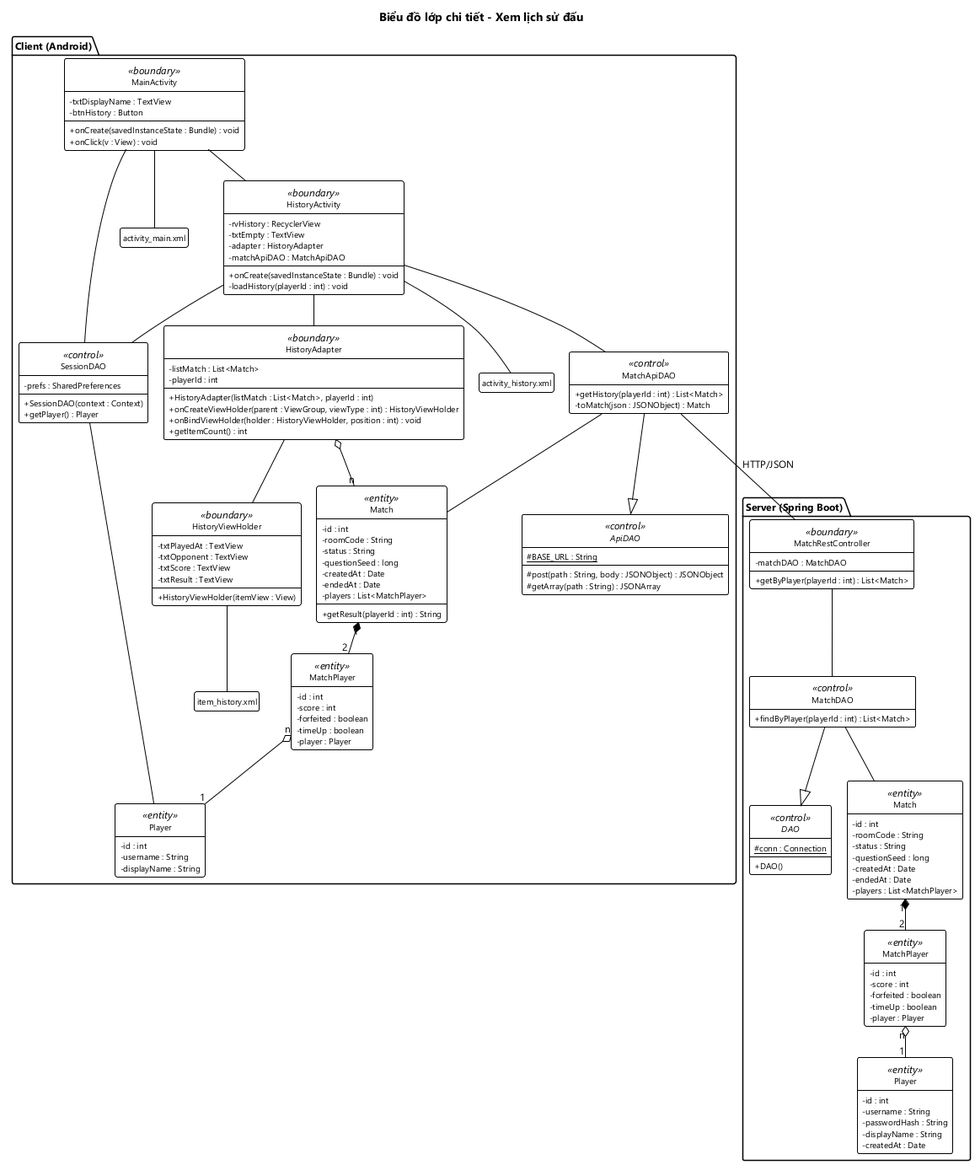
This is docs/hung/lop-thiet-ke-uc04.png from HungNguyenBa1811/math-dash, a PlantUML export, as it was before one commit. Its diagram source:
```plantuml
@startuml lop-thiet-ke-uc06
!include _theme.iuml
title Biểu đồ lớp chi tiết - Xem lịch sử đấu

package "Client (Android)" {
  class MainActivity <<boundary>> {
    - txtDisplayName : TextView
    - btnHistory : Button
    + onCreate(savedInstanceState : Bundle) : void
    + onClick(v : View) : void
  }
  class HistoryActivity <<boundary>> {
    - rvHistory : RecyclerView
    - txtEmpty : TextView
    - adapter : HistoryAdapter
    - matchApiDAO : MatchApiDAO
    + onCreate(savedInstanceState : Bundle) : void
    - loadHistory(playerId : int) : void
  }
  class HistoryAdapter <<boundary>> {
    - listMatch : List<Match>
    - playerId : int
    + HistoryAdapter(listMatch : List<Match>, playerId : int)
    + onCreateViewHolder(parent : ViewGroup, viewType : int) : HistoryViewHolder
    + onBindViewHolder(holder : HistoryViewHolder, position : int) : void
    + getItemCount() : int
  }
  class HistoryViewHolder <<boundary>> {
    - txtPlayedAt : TextView
    - txtOpponent : TextView
    - txtScore : TextView
    - txtResult : TextView
    + HistoryViewHolder(itemView : View)
  }
  class "activity_main.xml" as xmlMain
  class "activity_history.xml" as xmlHistory
  class "item_history.xml" as xmlItemHistory
  class SessionDAO <<control>> {
    - prefs : SharedPreferences
    + SessionDAO(context : Context)
    + getPlayer() : Player
  }
  abstract class ApiDAO <<control>> {
    # {static} BASE_URL : String
    # post(path : String, body : JSONObject) : JSONObject
    # getArray(path : String) : JSONArray
  }
  class MatchApiDAO <<control>> {
    + getHistory(playerId : int) : List<Match>
    - toMatch(json : JSONObject) : Match
  }
  class Player <<entity>> {
    - id : int
    - username : String
    - displayName : String
  }
  class Match <<entity>> {
    - id : int
    - roomCode : String
    - status : String
    - questionSeed : long
    - createdAt : Date
    - endedAt : Date
    - players : List<MatchPlayer>
    + getResult(playerId : int) : String
  }
  class MatchPlayer <<entity>> {
    - id : int
    - score : int
    - forfeited : boolean
    - timeUp : boolean
    - player : Player
  }
}

package "Server (Spring Boot)" {
  class MatchRestController <<boundary>> {
    - matchDAO : MatchDAO
    + getByPlayer(playerId : int) : List<Match>
  }
  abstract class "DAO" as SDAO <<control>> {
    # {static} conn : Connection
    + DAO()
  }
  class MatchDAO <<control>> {
    + findByPlayer(playerId : int) : List<Match>
  }
  class "Match" as SMatch <<entity>> {
    - id : int
    - roomCode : String
    - status : String
    - questionSeed : long
    - createdAt : Date
    - endedAt : Date
    - players : List<MatchPlayer>
  }
  class "MatchPlayer" as SMatchPlayer <<entity>> {
    - id : int
    - score : int
    - forfeited : boolean
    - timeUp : boolean
    - player : Player
  }
  class "Player" as SPlayer <<entity>> {
    - id : int
    - username : String
    - passwordHash : String
    - displayName : String
    - createdAt : Date
  }
}

MainActivity -- HistoryActivity
MainActivity -- xmlMain
HistoryActivity -- xmlHistory
MainActivity -- SessionDAO
HistoryActivity -- SessionDAO
HistoryActivity -- MatchApiDAO
HistoryActivity -- HistoryAdapter
HistoryAdapter -- HistoryViewHolder
HistoryViewHolder -- xmlItemHistory
HistoryAdapter o-- "n" Match
MatchApiDAO --|> ApiDAO
MatchApiDAO -- Match
SessionDAO -- Player
Match "1" *-- "2" MatchPlayer
MatchPlayer "n" o-- "1" Player

MatchRestController -- MatchDAO
MatchDAO --|> SDAO
MatchDAO -- SMatch
SMatch "1" *-- "2" SMatchPlayer
SMatchPlayer "n" o-- "1" SPlayer

MatchApiDAO -- MatchRestController : HTTP/JSON
@enduml
```
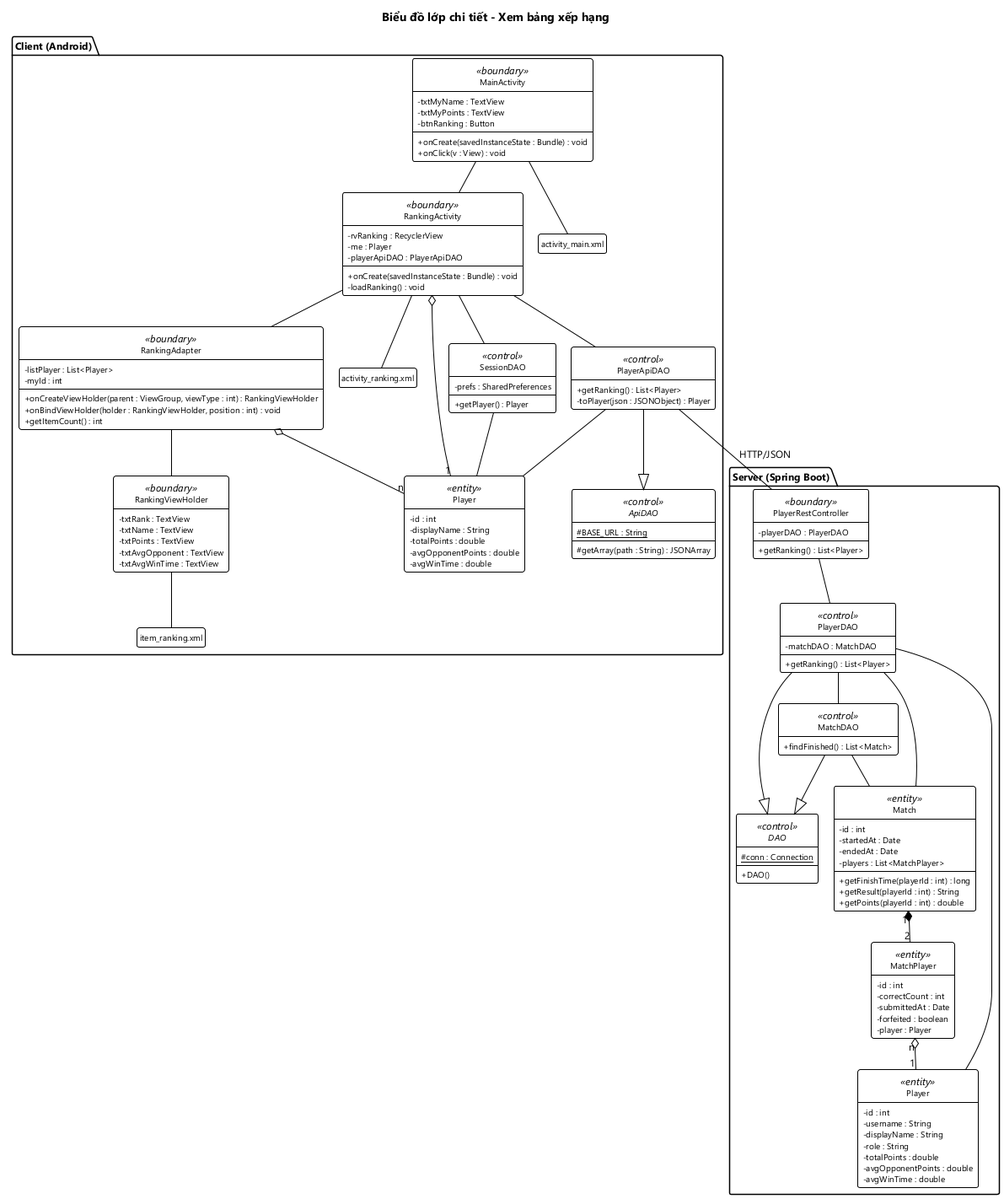
After the commit.

What changed in the source:
```diff
@@ -1,136 +1,126 @@
-@startuml lop-thiet-ke-uc06
+@startuml lop-thiet-ke-uc04
 !include _theme.iuml
-title Biểu đồ lớp chi tiết - Xem lịch sử đấu
+title Biểu đồ lớp chi tiết - Xem bảng xếp hạng
 
 package "Client (Android)" {
   class MainActivity <<boundary>> {
-    - txtDisplayName : TextView
-    - btnHistory : Button
+    - txtMyName : TextView
+    - txtMyPoints : TextView
+    - btnRanking : Button
     + onCreate(savedInstanceState : Bundle) : void
     + onClick(v : View) : void
   }
-  class HistoryActivity <<boundary>> {
-    - rvHistory : RecyclerView
-    - txtEmpty : TextView
-    - adapter : HistoryAdapter
-    - matchApiDAO : MatchApiDAO
+  class RankingActivity <<boundary>> {
+    - rvRanking : RecyclerView
+    - me : Player
+    - playerApiDAO : PlayerApiDAO
     + onCreate(savedInstanceState : Bundle) : void
-    - loadHistory(playerId : int) : void
+    - loadRanking() : void
   }
-  class HistoryAdapter <<boundary>> {
-    - listMatch : List<Match>
-    - playerId : int
-    + HistoryAdapter(listMatch : List<Match>, playerId : int)
-    + onCreateViewHolder(parent : ViewGroup, viewType : int) : HistoryViewHolder
-    + onBindViewHolder(holder : HistoryViewHolder, position : int) : void
+  class RankingAdapter <<boundary>> {
+    - listPlayer : List<Player>
+    - myId : int
+    + onCreateViewHolder(parent : ViewGroup, viewType : int) : RankingViewHolder
+    + onBindViewHolder(holder : RankingViewHolder, position : int) : void
     + getItemCount() : int
   }
-  class HistoryViewHolder <<boundary>> {
-    - txtPlayedAt : TextView
-    - txtOpponent : TextView
-    - txtScore : TextView
-    - txtResult : TextView
-    + HistoryViewHolder(itemView : View)
+  class RankingViewHolder <<boundary>> {
+    - txtRank : TextView
+    - txtName : TextView
+    - txtPoints : TextView
+    - txtAvgOpponent : TextView
+    - txtAvgWinTime : TextView
   }
   class "activity_main.xml" as xmlMain
-  class "activity_history.xml" as xmlHistory
-  class "item_history.xml" as xmlItemHistory
+  class "activity_ranking.xml" as xmlRanking
+  class "item_ranking.xml" as xmlItemRanking
   class SessionDAO <<control>> {
     - prefs : SharedPreferences
-    + SessionDAO(context : Context)
     + getPlayer() : Player
   }
   abstract class ApiDAO <<control>> {
     # {static} BASE_URL : String
-    # post(path : String, body : JSONObject) : JSONObject
     # getArray(path : String) : JSONArray
   }
-  class MatchApiDAO <<control>> {
-    + getHistory(playerId : int) : List<Match>
-    - toMatch(json : JSONObject) : Match
+  class PlayerApiDAO <<control>> {
+    + getRanking() : List<Player>
+    - toPlayer(json : JSONObject) : Player
   }
   class Player <<entity>> {
     - id : int
-    - username : String
     - displayName : String
-  }
-  class Match <<entity>> {
-    - id : int
-    - roomCode : String
-    - status : String
-    - questionSeed : long
-    - createdAt : Date
-    - endedAt : Date
-    - players : List<MatchPlayer>
-    + getResult(playerId : int) : String
-  }
-  class MatchPlayer <<entity>> {
-    - id : int
-    - score : int
-    - forfeited : boolean
-    - timeUp : boolean
-    - player : Player
+    - totalPoints : double
+    - avgOpponentPoints : double
+    - avgWinTime : double
   }
 }
 
 package "Server (Spring Boot)" {
-  class MatchRestController <<boundary>> {
-    - matchDAO : MatchDAO
-    + getByPlayer(playerId : int) : List<Match>
+  class PlayerRestController <<boundary>> {
+    - playerDAO : PlayerDAO
+    + getRanking() : List<Player>
   }
   abstract class "DAO" as SDAO <<control>> {
     # {static} conn : Connection
     + DAO()
   }
+  class PlayerDAO <<control>> {
+    - matchDAO : MatchDAO
+    + getRanking() : List<Player>
+  }
   class MatchDAO <<control>> {
-    + findByPlayer(playerId : int) : List<Match>
-  }
-  class "Match" as SMatch <<entity>> {
-    - id : int
-    - roomCode : String
-    - status : String
-    - questionSeed : long
-    - createdAt : Date
-    - endedAt : Date
-    - players : List<MatchPlayer>
-  }
-  class "MatchPlayer" as SMatchPlayer <<entity>> {
-    - id : int
-    - score : int
-    - forfeited : boolean
-    - timeUp : boolean
-    - player : Player
+    + findFinished() : List<Match>
   }
   class "Player" as SPlayer <<entity>> {
     - id : int
     - username : String
-    - passwordHash : String
     - displayName : String
-    - createdAt : Date
+    - role : String
+    - totalPoints : double
+    - avgOpponentPoints : double
+    - avgWinTime : double
+  }
+  class Match <<entity>> {
+    - id : int
+    - startedAt : Date
+    - endedAt : Date
+    - players : List<MatchPlayer>
+    + getFinishTime(playerId : int) : long
+    + getResult(playerId : int) : String
+    + getPoints(playerId : int) : double
+  }
+  class MatchPlayer <<entity>> {
+    - id : int
+    - correctCount : int
+    - submittedAt : Date
+    - forfeited : boolean
+    - player : Player
   }
 }
 
-MainActivity -- HistoryActivity
+MainActivity -- RankingActivity
+RankingActivity -- RankingAdapter
+RankingAdapter -- RankingViewHolder
 MainActivity -- xmlMain
-HistoryActivity -- xmlHistory
-MainActivity -- SessionDAO
-HistoryActivity -- SessionDAO
-HistoryActivity -- MatchApiDAO
-HistoryActivity -- HistoryAdapter
-HistoryAdapter -- HistoryViewHolder
-HistoryViewHolder -- xmlItemHistory
-HistoryAdapter o-- "n" Match
-MatchApiDAO --|> ApiDAO
-MatchApiDAO -- Match
+RankingActivity -- xmlRanking
+RankingViewHolder -- xmlItemRanking
+RankingActivity o-- "1" Player
+RankingAdapter o-- "n" Player
+RankingActivity -- SessionDAO
+RankingActivity -- PlayerApiDAO
+PlayerApiDAO --|> ApiDAO
 SessionDAO -- Player
+PlayerApiDAO -- Player
+
+PlayerRestController -- PlayerDAO
+PlayerDAO -- MatchDAO
+PlayerDAO --|> SDAO
+MatchDAO --|> SDAO
+PlayerDAO -- SPlayer
+PlayerDAO -- Match
+MatchDAO -- Match
 Match "1" *-- "2" MatchPlayer
-MatchPlayer "n" o-- "1" Player
+MatchPlayer "n" o-- "1" SPlayer
 
-MatchRestController -- MatchDAO
-MatchDAO --|> SDAO
-MatchDAO -- SMatch
-SMatch "1" *-- "2" SMatchPlayer
-SMatchPlayer "n" o-- "1" SPlayer
-
-MatchApiDAO -- MatchRestController : HTTP/JSON
+PlayerApiDAO -- PlayerRestController : HTTP/JSON
 @enduml
```
